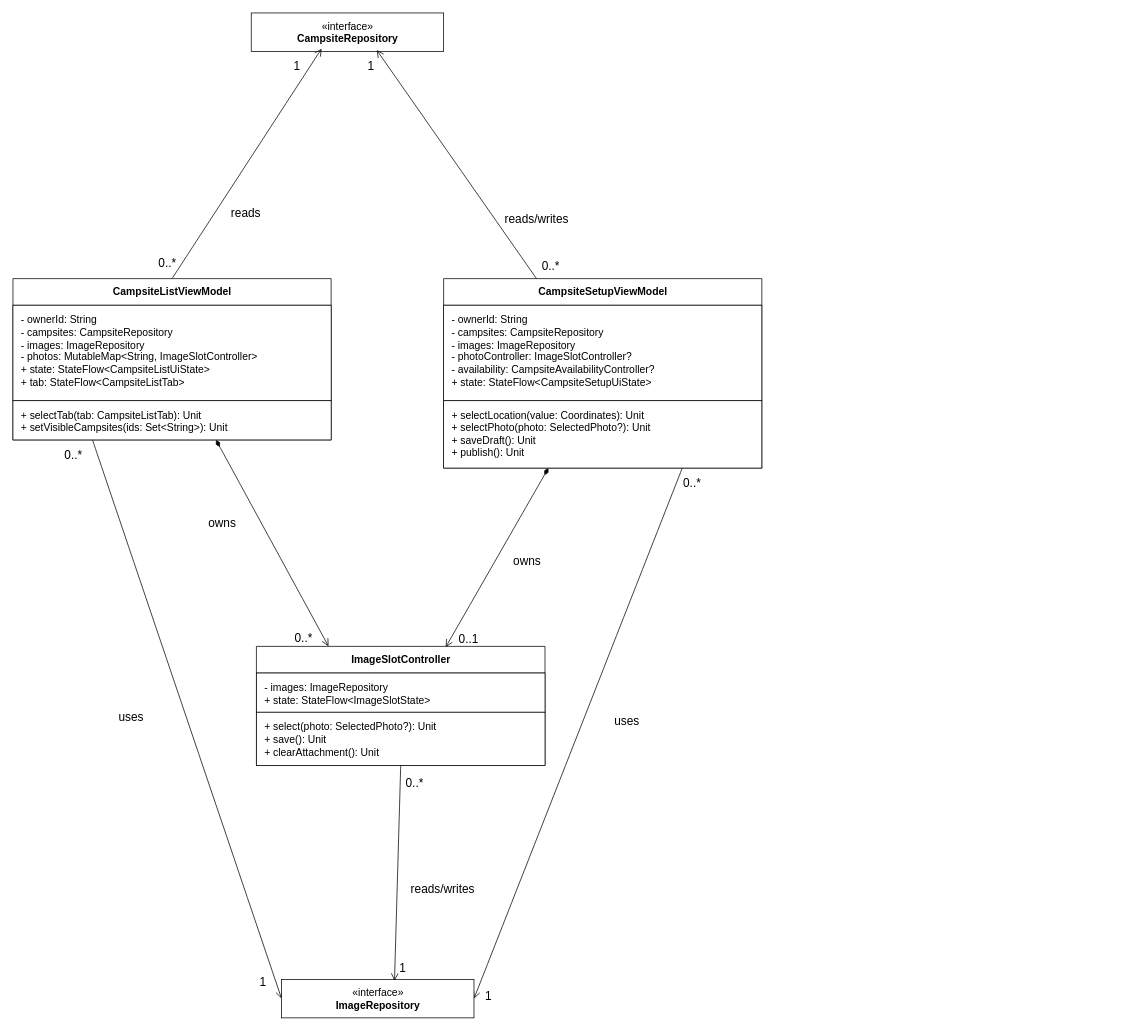
Earlier version of the draw.io diagram page "U2B" (2 of 2) of doc/UML.drawio (CMPUT301F26stderr/stderr-campsbridge). Source tidied: cells renumbered, new cells numbered last; positions are measured from the earlier drawing's top-left corner, leaving out a move shared by most shapes. Both pictures are drawn from the tidied source at 74%, with x=0, y=0 at pixel (13, 13).
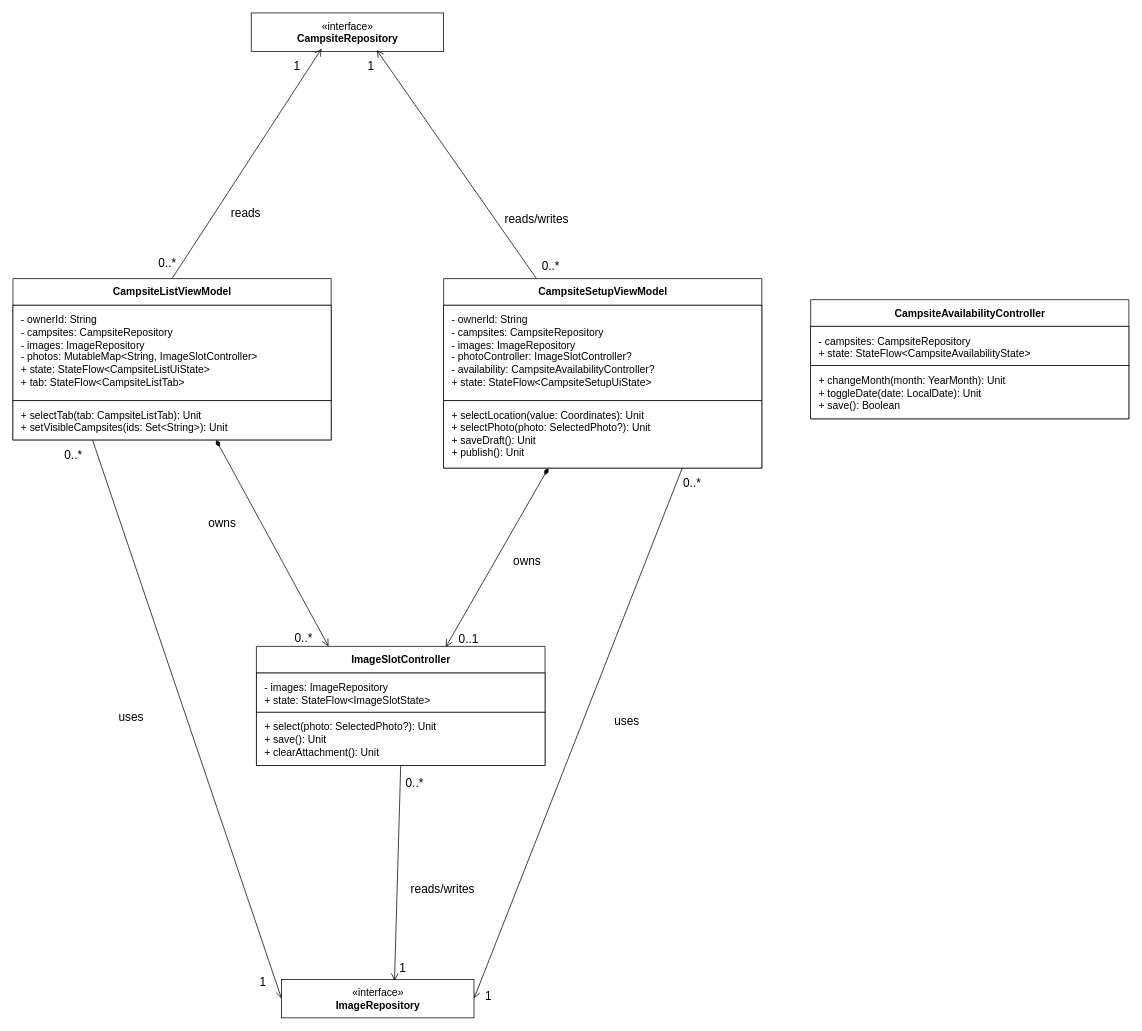
Above is the later version.

Diff of the diagram source:
```diff
@@
+    <mxCell id="39" value="&lt;b&gt;CampsiteAvailabilityController&lt;/b&gt;" style="html=1;rounded=0;fontFamily=Arial;fontSize=14;fontColor=#000000;strokeWidth=1;fillColor=#ffffff;strokeColor=#000000;shape=swimlane;startSize=36;swimlaneFillColor=#ffffff;" parent="1" vertex="1">
+      <mxGeometry x="1078" y="387.5" width="430" height="161" as="geometry" />
+    </mxCell>
+    <mxCell id="40" value="- campsites: CampsiteRepository&lt;br&gt;+ state: StateFlow&amp;lt;CampsiteAvailabilityState&amp;gt;" style="html=1;rounded=0;fontFamily=Arial;fontSize=14;fontColor=#000000;strokeWidth=1;fillColor=#ffffff;strokeColor=#000000;align=left;verticalAlign=top;spacingLeft=9;spacingTop=5;" parent="39" vertex="1">
+      <mxGeometry y="36" width="430" height="53" as="geometry" />
+    </mxCell>
+    <mxCell id="41" value="+ changeMonth(month: YearMonth): Unit&lt;br&gt;+ toggleDate(date: LocalDate): Unit&lt;br&gt;+ save(): Boolean" style="html=1;rounded=0;fontFamily=Arial;fontSize=14;fontColor=#000000;strokeWidth=1;fillColor=#ffffff;strokeColor=#000000;align=left;verticalAlign=top;spacingLeft=9;spacingTop=5;" parent="39" vertex="1">
+      <mxGeometry y="89" width="430" height="72" as="geometry" />
+    </mxCell>
```
